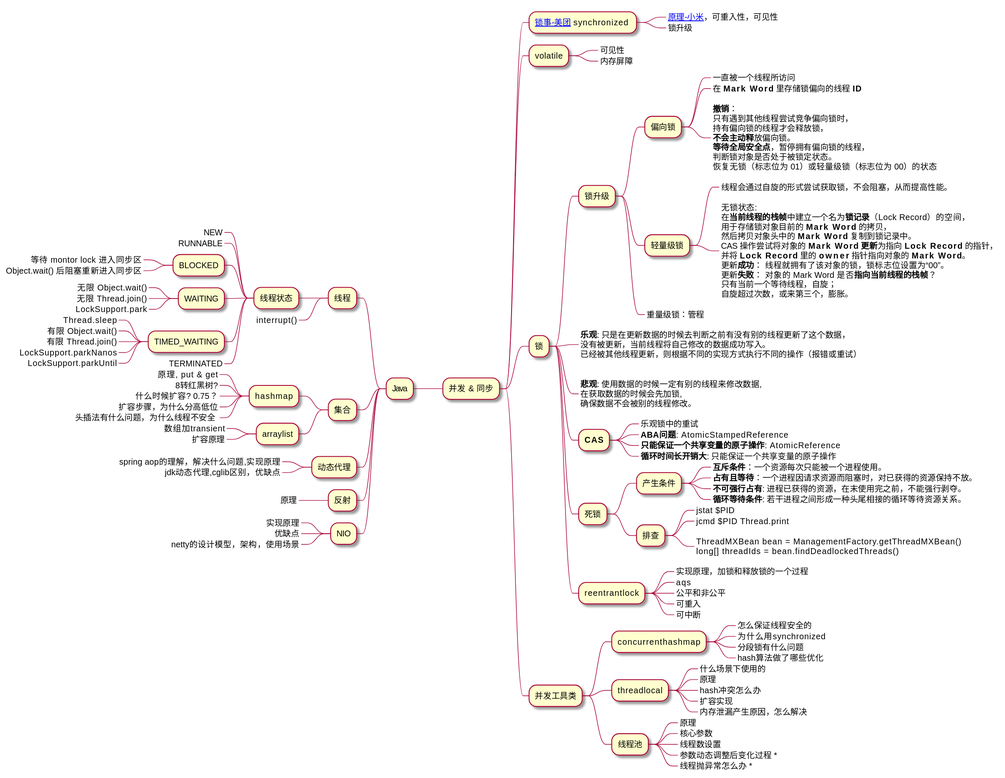
Gh0st99/Gh0st99.github.io keeps this PlantUML diagram as assets/imgs/resume/java.svg. Above is the earlier version.
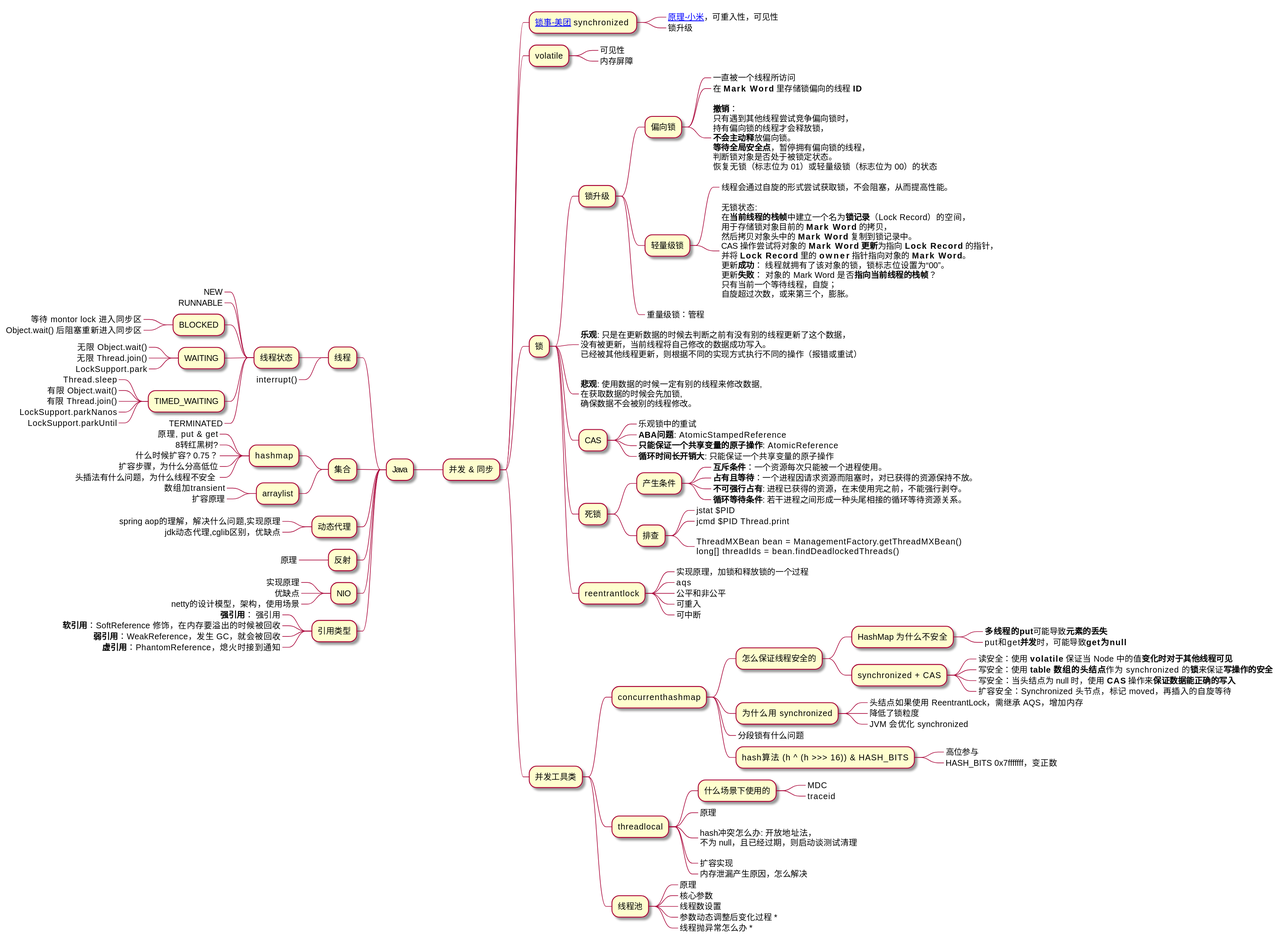
The same file after the commit.

What changed in the source:
```diff
@@ -51,7 +51,7 @@
 在获取数据的时候会先加锁,
 确保数据不会被别的线程修改。
 ;
-**** **CAS**
+**** CAS
 *****_ 乐观锁中的重试
 *****_ **ABA问题**: AtomicStampedReference
 *****_ **只能保证一个共享变量的原子操作**: AtomicReference
@@ -76,16 +76,36 @@
 *****_ 可重入
 *****_ 可中断
 
+
 *** 并发工具类
 **** concurrenthashmap
-*****_ 怎么保证线程安全的
-*****_ 为什么用synchronized
+***** 怎么保证线程安全的
+****** HashMap 为什么不安全
+*******_ **多线程的put**可能导致**元素的丢失**
+*******_ put和get**并发**时，可能导致**get为null**
+****** synchronized + CAS
+*******_ 读安全：使用 **volatile** 保证当 Node 中的值**变化时对于其他线程可见**
+*******_ 写安全：使用 **table 数组的头结点**作为 synchronized 的**锁**来保证**写操作的安全**
+*******_ 写安全：当头结点为 null 时，使用 **CAS** 操作来**保证数据能正确的写入**
+*******_ 扩容安全：Synchronized 头节点，标记 moved，再插入的自旋等待
+***** 为什么用 synchronized
+******_ 头结点如果使用 ReentrantLock，需继承 AQS，增加内存
+******_ 降低了锁粒度
+******_ JVM 会优化 synchronized
 *****_ 分段锁有什么问题
-*****_ hash算法做了哪些优化
+***** hash算法 (h ^ (h >>> 16)) & HASH_BITS
+******_ 高位参与
+******_ HASH_BITS 0x7fffffff，变正数
+
 **** threadlocal
-*****_ 什么场景下使用的
+***** 什么场景下使用的
+******_ MDC
+******_ traceid
 *****_ 原理
-*****_ hash冲突怎么办
+*****_:
+hash冲突怎么办: 开放地址法，
+不为 null，且已经过期，则启动谈测试清理
+;
 *****_ 扩容实现
 *****_ 内存泄漏产生原因，怎么解决
 **** 线程池
@@ -145,4 +165,10 @@
 ***_ 优缺点
 ***_ netty的设计模型，架构，使用场景
 
+** 引用类型
+***_ **强引用**： 强引用
+***_ **软引用**：SoftReference 修饰，在内存要溢出的时候被回收
+***_ **弱引用**：WeakReference，发生 GC，就会被回收
+***_ **虚引用**：PhantomReference，熄火时接到通知
+
 @endmindmap
```
